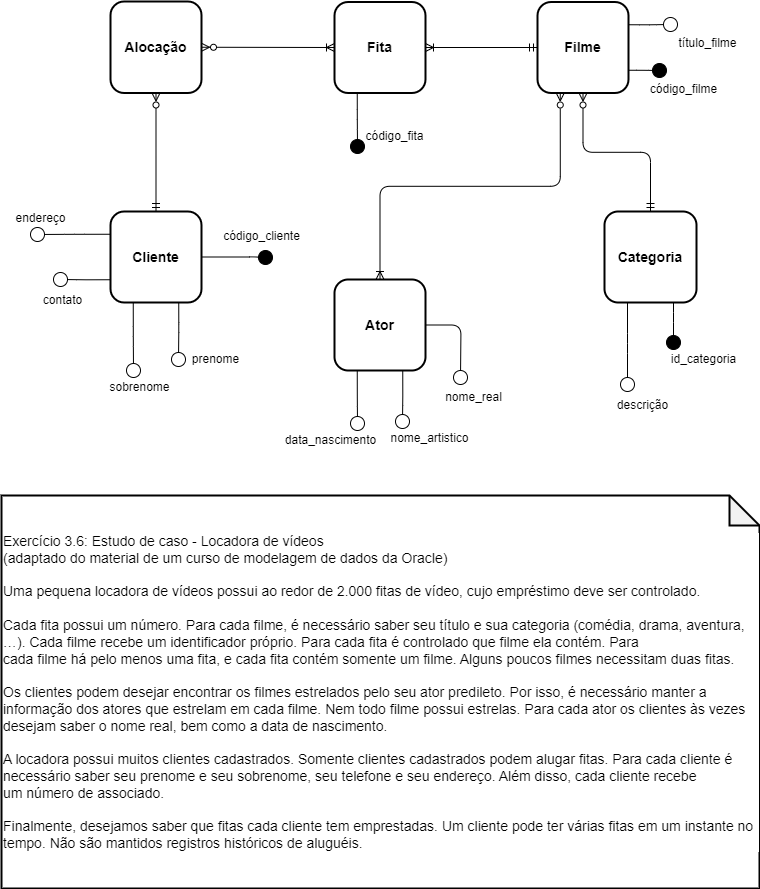
Above: Exercícios_db/Exercícios DER/exe_3.6.drawio.png in SabinoEduardo/Banco-de-dados (draw.io), before the change. Source tidied: cells renumbered, new cells last; positions are measured from the earlier drawing's top-left corner, leaving out a move shared by most shapes.
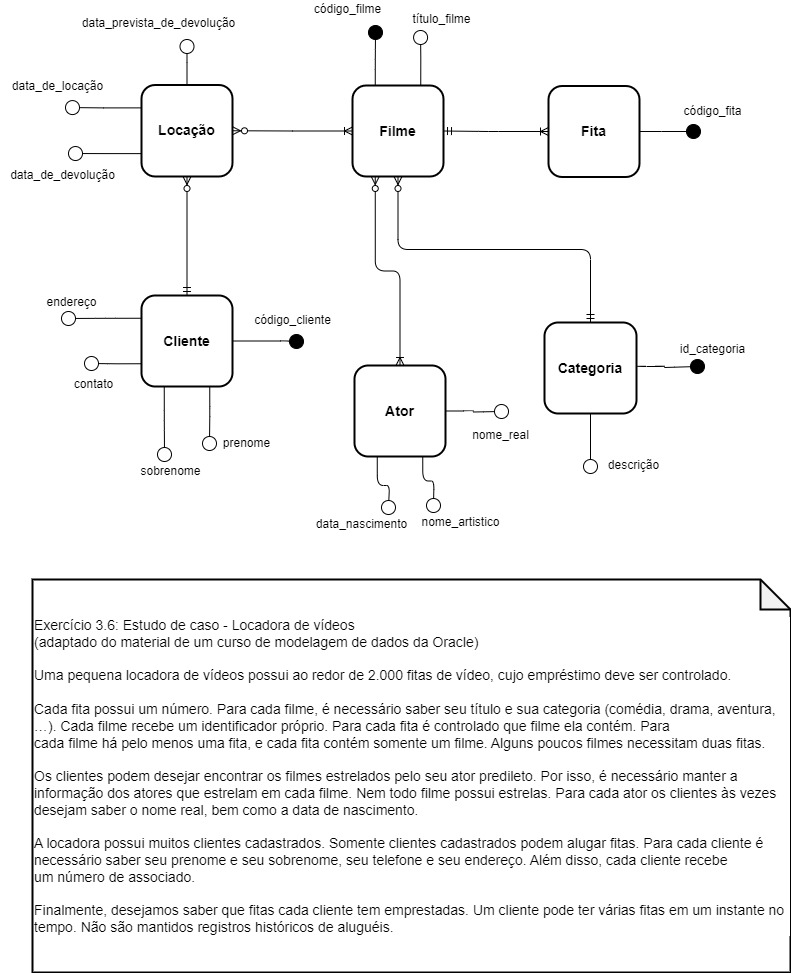
The same diagram one commit later.

What changed in the source:
```diff
@@ -5,11 +5,30 @@
     <mxCell id="2" style="edgeStyle=none;html=1;exitX=0.5;exitY=1;exitDx=0;exitDy=0;entryX=0.5;entryY=0;entryDx=0;entryDy=0;fontColor=#000000;endArrow=ERmandOne;endFill=0;startArrow=ERzeroToMany;startFill=0;strokeColor=#000000;" parent="1" edge="1" source="3" target="21">
       <mxGeometry relative="1" as="geometry" />
     </mxCell>
+    <mxCell id="40" style="edgeStyle=orthogonalEdgeStyle;rounded=0;jettySize=auto;html=1;endArrow=circle;endFill=0;" parent="1" edge="1" source="3">
+      <mxGeometry relative="1" as="geometry">
+        <mxPoint x="154.5" y="-47" as="targetPoint" />
+      </mxGeometry>
+    </mxCell>
+    <mxCell id="41" style="edgeStyle=orthogonalEdgeStyle;rounded=0;jettySize=auto;html=1;endArrow=circle;endFill=0;exitX=0;exitY=0.25;exitDx=0;exitDy=0;" parent="1" edge="1" source="3">
+      <mxGeometry relative="1" as="geometry">
+        <mxPoint x="32" y="22" as="targetPoint" />
+      </mxGeometry>
+    </mxCell>
+    <mxCell id="42" style="edgeStyle=orthogonalEdgeStyle;rounded=0;jettySize=auto;html=1;exitX=0;exitY=0.75;exitDx=0;exitDy=0;endArrow=circle;endFill=0;" parent="1" edge="1" source="3">
+      <mxGeometry relative="1" as="geometry">
+        <mxPoint x="35" y="68" as="targetPoint" />
+      </mxGeometry>
+    </mxCell>
-    <mxCell id="3" value="&lt;b&gt;&lt;font style=&quot;font-size: 14px&quot;&gt;Alocação&lt;/font&gt;&lt;/b&gt;" style="rounded=1;whiteSpace=wrap;html=1;fillColor=#FFFFFF;strokeColor=#000000;strokeWidth=2;fontColor=#000000;verticalAlign=middle;" parent="1" vertex="1">
-      <mxGeometry x="109" width="91" height="91.5" as="geometry" />
+    <mxCell id="3" value="&lt;b&gt;&lt;font style=&quot;font-size: 14px&quot;&gt;Locação&lt;/font&gt;&lt;/b&gt;" style="rounded=1;whiteSpace=wrap;html=1;fillColor=#FFFFFF;strokeColor=#000000;strokeWidth=2;fontColor=#000000;verticalAlign=middle;" parent="1" vertex="1">
+      <mxGeometry x="109" y="-0.5" width="91" height="91.5" as="geometry" />
     </mxCell>
-    <mxCell id="4" style="edgeStyle=none;html=1;exitX=0;exitY=0.5;exitDx=0;exitDy=0;entryX=1;entryY=0.5;entryDx=0;entryDy=0;fontColor=#000000;endArrow=ERoneToMany;endFill=0;startArrow=ERmandOne;startFill=0;strokeColor=#000000;" parent="1" edge="1" source="9" target="12">
-      <mxGeometry relative="1" as="geometry" />
+    <mxCell id="4" style="edgeStyle=none;html=1;entryX=0;entryY=0.5;entryDx=0;entryDy=0;fontColor=#000000;endArrow=ERoneToMany;endFill=0;startArrow=ERmandOne;startFill=0;strokeColor=#000000;exitX=1;exitY=0.5;exitDx=0;exitDy=0;" parent="1" edge="1" source="9" target="12">
+      <mxGeometry relative="1" as="geometry">
+        <Array as="points">
+          <mxPoint x="456" y="46" />
+        </Array>
+      </mxGeometry>
     </mxCell>
     <mxCell id="5" style="edgeStyle=orthogonalEdgeStyle;html=1;exitX=0.25;exitY=1;exitDx=0;exitDy=0;entryX=0.5;entryY=0;entryDx=0;entryDy=0;fontColor=#000000;strokeColor=#000000;endArrow=ERoneToMany;endFill=0;startArrow=ERzeroToMany;startFill=0;" parent="1" edge="1" source="9" target="25">
       <mxGeometry relative="1" as="geometry" />
@@ -17,42 +36,46 @@
     <mxCell id="6" style="edgeStyle=orthogonalEdgeStyle;html=1;exitX=0.5;exitY=1;exitDx=0;exitDy=0;entryX=0.5;entryY=0;entryDx=0;entryDy=0;fontColor=#000000;strokeColor=#000000;endArrow=ERmandOne;endFill=0;startArrow=ERzeroToMany;startFill=0;" parent="1" edge="1" source="9" target="15">
       <mxGeometry relative="1" as="geometry" />
     </mxCell>
-    <mxCell id="7" style="edgeStyle=orthogonalEdgeStyle;html=1;exitX=1;exitY=0.75;exitDx=0;exitDy=0;fontColor=#000000;startArrow=none;startFill=0;endArrow=oval;endFill=1;endSize=14;strokeColor=#000000;" parent="1" edge="1" source="9">
+    <mxCell id="7" style="edgeStyle=orthogonalEdgeStyle;html=1;fontColor=#000000;startArrow=none;startFill=0;endArrow=oval;endFill=1;endSize=14;strokeColor=#000000;exitX=0.25;exitY=0;exitDx=0;exitDy=0;" parent="1" edge="1" source="9">
       <mxGeometry relative="1" as="geometry">
-        <mxPoint x="658" y="69" as="targetPoint" />
+        <mxPoint x="343" y="-53" as="targetPoint" />
       </mxGeometry>
     </mxCell>
-    <mxCell id="8" style="edgeStyle=orthogonalEdgeStyle;html=1;exitX=1;exitY=0.25;exitDx=0;exitDy=0;fontColor=#000000;startArrow=none;startFill=0;endArrow=oval;endFill=0;endSize=14;strokeColor=#000000;" parent="1" edge="1" source="9">
-      <mxGeometry relative="1" as="geometry">
-        <mxPoint x="669" y="23" as="targetPoint" />
-      </mxGeometry>
-    </mxCell>
+    <mxCell id="43" style="edgeStyle=orthogonalEdgeStyle;rounded=0;jettySize=auto;html=1;exitX=0;exitY=0.5;exitDx=0;exitDy=0;entryX=1;entryY=0.5;entryDx=0;entryDy=0;endArrow=ERzeroToMany;endFill=0;startArrow=ERoneToMany;startFill=0;" parent="1" edge="1" source="9" target="3">
+      <mxGeometry relative="1" as="geometry" />
+    </mxCell>
+    <mxCell id="44" style="edgeStyle=orthogonalEdgeStyle;rounded=0;jettySize=auto;html=1;exitX=0.75;exitY=0;exitDx=0;exitDy=0;endArrow=circle;endFill=0;" parent="1" edge="1" source="9">
+      <mxGeometry relative="1" as="geometry">
+        <mxPoint x="388" y="-56" as="targetPoint" />
+      </mxGeometry>
+    </mxCell>
     <mxCell id="9" value="&lt;b&gt;&lt;font style=&quot;font-size: 14px&quot;&gt;Filme&lt;/font&gt;&lt;/b&gt;" style="rounded=1;whiteSpace=wrap;html=1;fillColor=#FFFFFF;strokeColor=#000000;strokeWidth=2;fontColor=#000000;" parent="1" vertex="1">
-      <mxGeometry x="536" y="0.5" width="91" height="91" as="geometry" />
+      <mxGeometry x="320" width="91" height="91" as="geometry" />
     </mxCell>
-    <mxCell id="10" style="edgeStyle=none;html=1;exitX=0;exitY=0.5;exitDx=0;exitDy=0;entryX=1;entryY=0.5;entryDx=0;entryDy=0;fontColor=#000000;endArrow=ERzeroToMany;endFill=0;startArrow=ERoneToMany;startFill=0;strokeColor=#000000;" parent="1" edge="1" source="12" target="3">
-      <mxGeometry relative="1" as="geometry" />
-    </mxCell>
-    <mxCell id="11" style="edgeStyle=orthogonalEdgeStyle;html=1;exitX=0.25;exitY=1;exitDx=0;exitDy=0;fontColor=#000000;startArrow=none;startFill=0;endArrow=oval;endFill=1;endSize=14;strokeColor=#000000;" parent="1" edge="1" source="12">
-      <mxGeometry relative="1" as="geometry">
-        <mxPoint x="356" y="145" as="targetPoint" />
-      </mxGeometry>
-    </mxCell>
+    <mxCell id="45" style="edgeStyle=orthogonalEdgeStyle;rounded=0;jettySize=auto;html=1;startArrow=none;startFill=0;endArrow=oval;endFill=1;endSize=14;" parent="1" edge="1" source="12">
+      <mxGeometry relative="1" as="geometry">
+        <mxPoint x="661" y="46" as="targetPoint" />
+      </mxGeometry>
+    </mxCell>
     <mxCell id="12" value="&lt;b&gt;&lt;font style=&quot;font-size: 14px&quot;&gt;Fita&lt;/font&gt;&lt;/b&gt;" style="rounded=1;whiteSpace=wrap;html=1;fillColor=#FFFFFF;strokeColor=#000000;strokeWidth=2;fontColor=#000000;verticalAlign=middle;" parent="1" vertex="1">
-      <mxGeometry x="333" y="0.5" width="91" height="91" as="geometry" />
+      <mxGeometry x="516" y="0.5" width="91" height="91" as="geometry" />
     </mxCell>
-    <mxCell id="13" style="edgeStyle=orthogonalEdgeStyle;html=1;exitX=0.25;exitY=1;exitDx=0;exitDy=0;fontColor=#000000;startArrow=none;startFill=0;endArrow=oval;endFill=0;endSize=14;strokeColor=#000000;" parent="1" edge="1" source="15">
-      <mxGeometry relative="1" as="geometry">
-        <mxPoint x="626" y="383" as="targetPoint" />
-      </mxGeometry>
-    </mxCell>
-    <mxCell id="14" style="edgeStyle=orthogonalEdgeStyle;html=1;exitX=0.75;exitY=1;exitDx=0;exitDy=0;fontColor=#000000;startArrow=none;startFill=0;endArrow=oval;endFill=1;endSize=14;strokeColor=#000000;" parent="1" edge="1" source="15">
+    <mxCell id="14" style="edgeStyle=orthogonalEdgeStyle;html=1;exitX=1;exitY=0.5;exitDx=0;exitDy=0;fontColor=#000000;startArrow=none;startFill=0;endArrow=oval;endFill=1;endSize=14;strokeColor=#000000;" parent="1" edge="1" source="15">
       <mxGeometry relative="1" as="geometry">
-        <mxPoint x="672" y="341" as="targetPoint" />
+        <mxPoint x="665" y="281" as="targetPoint" />
+        <Array as="points">
+          <mxPoint x="632" y="281" />
+          <mxPoint x="632" y="282" />
+        </Array>
       </mxGeometry>
     </mxCell>
+    <mxCell id="46" style="edgeStyle=orthogonalEdgeStyle;rounded=0;jettySize=auto;html=1;exitX=0.5;exitY=1;exitDx=0;exitDy=0;endSize=14;endArrow=oval;endFill=0;" parent="1" edge="1" source="15">
+      <mxGeometry relative="1" as="geometry">
+        <mxPoint x="558" y="381" as="targetPoint" />
+      </mxGeometry>
+    </mxCell>
     <mxCell id="15" value="&lt;font style=&quot;font-size: 14px&quot;&gt;Categoria&lt;/font&gt;" style="rounded=1;whiteSpace=wrap;html=1;fillColor=#FFFFFF;strokeColor=#000000;strokeWidth=2;fontColor=#000000;fontStyle=1;" parent="1" vertex="1">
-      <mxGeometry x="603" y="210" width="92" height="91" as="geometry" />
+      <mxGeometry x="512" y="237" width="92" height="91" as="geometry" />
     </mxCell>
     <mxCell id="16" style="edgeStyle=orthogonalEdgeStyle;html=1;exitX=0.75;exitY=1;exitDx=0;exitDy=0;fontColor=#000000;startArrow=none;startFill=0;endArrow=oval;endFill=0;endSize=14;strokeColor=#000000;" parent="1" edge="1" source="21">
       <mxGeometry relative="1" as="geometry">
@@ -89,6 +112,10 @@
     <mxCell id="22" style="edgeStyle=orthogonalEdgeStyle;html=1;exitX=0.25;exitY=1;exitDx=0;exitDy=0;fontColor=#000000;startArrow=none;startFill=0;endArrow=oval;endFill=0;endSize=14;strokeColor=#000000;" parent="1" edge="1" source="25">
       <mxGeometry relative="1" as="geometry">
         <mxPoint x="356" y="422" as="targetPoint" />
+        <Array as="points">
+          <mxPoint x="345" y="400" />
+          <mxPoint x="357" y="400" />
+        </Array>
       </mxGeometry>
     </mxCell>
     <mxCell id="23" style="edgeStyle=orthogonalEdgeStyle;html=1;exitX=0.75;exitY=1;exitDx=0;exitDy=0;fontColor=#000000;startArrow=none;startFill=0;endArrow=oval;endFill=0;endSize=14;strokeColor=#000000;" parent="1" edge="1" source="25">
@@ -98,20 +125,20 @@
     </mxCell>
     <mxCell id="24" style="edgeStyle=orthogonalEdgeStyle;html=1;exitX=1;exitY=0.5;exitDx=0;exitDy=0;fontColor=#000000;startArrow=none;startFill=0;endArrow=oval;endFill=0;endSize=14;strokeColor=#000000;" parent="1" edge="1" source="25">
       <mxGeometry relative="1" as="geometry">
-        <mxPoint x="459" y="376" as="targetPoint" />
+        <mxPoint x="469" y="326" as="targetPoint" />
       </mxGeometry>
     </mxCell>
     <mxCell id="25" value="&lt;font style=&quot;font-size: 14px&quot;&gt;Ator&lt;/font&gt;" style="rounded=1;whiteSpace=wrap;html=1;fillColor=#FFFFFF;strokeColor=#000000;strokeWidth=2;fontColor=#000000;fontStyle=1;" parent="1" vertex="1">
-      <mxGeometry x="333" y="278" width="91" height="91" as="geometry" />
+      <mxGeometry x="322" y="280" width="91" height="91" as="geometry" />
     </mxCell>
     <mxCell id="26" value="id_categoria" style="text;html=1;align=center;verticalAlign=middle;strokeColor=none;fillColor=none;fontColor=#000000;" parent="1" vertex="1">
-      <mxGeometry x="664" y="349" width="75" height="18" as="geometry" />
+      <mxGeometry x="642.5" y="255" width="75" height="18" as="geometry" />
     </mxCell>
     <mxCell id="27" value="descrição" style="text;html=1;align=center;verticalAlign=middle;strokeColor=none;fillColor=none;fontColor=#000000;" parent="1" vertex="1">
-      <mxGeometry x="610" y="395" width="61" height="18" as="geometry" />
+      <mxGeometry x="570" y="371" width="61" height="18" as="geometry" />
     </mxCell>
     <mxCell id="28" value="nome_real" style="text;html=1;align=center;verticalAlign=middle;strokeColor=none;fillColor=none;fontColor=#000000;" parent="1" vertex="1">
-      <mxGeometry x="438" y="387" width="67" height="18" as="geometry" />
+      <mxGeometry x="434" y="341" width="67" height="18" as="geometry" />
     </mxCell>
     <mxCell id="29" value="nome_artistico" style="text;html=1;align=center;verticalAlign=middle;strokeColor=none;fillColor=none;fontColor=#000000;" parent="1" vertex="1">
       <mxGeometry x="384" y="428" width="88" height="18" as="geometry" />
@@ -135,16 +162,25 @@
       <mxGeometry x="9" y="208" width="60" height="18" as="geometry" />
     </mxCell>
     <mxCell id="36" value="código_fita" style="text;html=1;align=center;verticalAlign=middle;strokeColor=none;fillColor=none;fontColor=#000000;" parent="1" vertex="1">
-      <mxGeometry x="359" y="126" width="68" height="18" as="geometry" />
+      <mxGeometry x="646" y="17" width="68" height="18" as="geometry" />
     </mxCell>
     <mxCell id="37" value="código_filme" style="text;html=1;align=center;verticalAlign=middle;strokeColor=none;fillColor=none;fontColor=#000000;" parent="1" vertex="1">
-      <mxGeometry x="643" y="79" width="77" height="18" as="geometry" />
+      <mxGeometry x="276" y="-85" width="77" height="18" as="geometry" />
     </mxCell>
     <mxCell id="38" value="título_filme" style="text;html=1;align=center;verticalAlign=middle;strokeColor=none;fillColor=none;fontColor=#000000;" parent="1" vertex="1">
-      <mxGeometry x="672" y="33" width="68" height="18" as="geometry" />
+      <mxGeometry x="375" y="-75" width="68" height="18" as="geometry" />
     </mxCell>
     <mxCell id="39" value="&lt;div style=&quot;font-size: 14px&quot;&gt;&lt;font style=&quot;font-size: 14px&quot;&gt;Exercício 3.6: Estudo de caso - Locadora de vídeos&lt;/font&gt;&lt;/div&gt;&lt;div style=&quot;font-size: 14px&quot;&gt;&lt;font style=&quot;font-size: 14px&quot;&gt;(adaptado do material de um curso de modelagem de dados da Oracle)&lt;/font&gt;&lt;/div&gt;&lt;div style=&quot;font-size: 14px&quot;&gt;&lt;font style=&quot;font-size: 14px&quot;&gt;&lt;br&gt;&lt;/font&gt;&lt;/div&gt;&lt;div style=&quot;font-size: 14px&quot;&gt;&lt;font style=&quot;font-size: 14px&quot;&gt;Uma pequena locadora de vídeos possui ao redor de 2.000 fitas de vídeo, cujo empréstimo deve ser controlado.&lt;/font&gt;&lt;/div&gt;&lt;div style=&quot;font-size: 14px&quot;&gt;&lt;font style=&quot;font-size: 14px&quot;&gt;&lt;br&gt;&lt;/font&gt;&lt;/div&gt;&lt;div style=&quot;font-size: 14px&quot;&gt;&lt;font style=&quot;font-size: 14px&quot;&gt;Cada fita possui um número. Para cada filme, é necessário saber seu título e sua categoria (comédia, drama, aventura, …). Cada filme recebe um identificador próprio. Para cada fita é controlado que filme ela contém. Para&lt;/font&gt;&lt;/div&gt;&lt;div style=&quot;font-size: 14px&quot;&gt;&lt;font style=&quot;font-size: 14px&quot;&gt;cada filme há pelo menos uma fita, e cada fita contém somente um filme. Alguns poucos filmes necessitam duas fitas.&lt;/font&gt;&lt;/div&gt;&lt;div style=&quot;font-size: 14px&quot;&gt;&lt;font style=&quot;font-size: 14px&quot;&gt;&lt;br&gt;&lt;/font&gt;&lt;/div&gt;&lt;div style=&quot;font-size: 14px&quot;&gt;&lt;font style=&quot;font-size: 14px&quot;&gt;Os clientes podem desejar encontrar os filmes estrelados pelo seu ator predileto. Por isso, é necessário manter a informação dos atores que estrelam em cada filme. Nem todo filme possui estrelas. Para cada ator os clientes às vezes desejam saber o nome real, bem como a data de nascimento.&lt;/font&gt;&lt;/div&gt;&lt;div style=&quot;font-size: 14px&quot;&gt;&lt;font style=&quot;font-size: 14px&quot;&gt;&lt;br&gt;&lt;/font&gt;&lt;/div&gt;&lt;div style=&quot;font-size: 14px&quot;&gt;&lt;font style=&quot;font-size: 14px&quot;&gt;A locadora possui muitos clientes cadastrados. Somente clientes cadastrados podem alugar fitas. Para cada cliente é necessário saber seu prenome e seu sobrenome, seu telefone e seu endereço. Além disso, cada cliente recebe&lt;/font&gt;&lt;/div&gt;&lt;div style=&quot;font-size: 14px&quot;&gt;&lt;font style=&quot;font-size: 14px&quot;&gt;um número de associado.&lt;/font&gt;&lt;/div&gt;&lt;div style=&quot;font-size: 14px&quot;&gt;&lt;font style=&quot;font-size: 14px&quot;&gt;&lt;br&gt;&lt;/font&gt;&lt;/div&gt;&lt;div style=&quot;font-size: 14px&quot;&gt;&lt;font style=&quot;font-size: 14px&quot;&gt;Finalmente, desejamos saber que fitas cada cliente tem emprestadas. Um cliente pode ter várias fitas em um instante no tempo. Não são mantidos registros históricos de aluguéis.&lt;/font&gt;&lt;/div&gt;" style="shape=note;whiteSpace=wrap;html=1;backgroundOutline=1;darkOpacity=0.05;labelBackgroundColor=#FFFFFF;fontColor=#000000;strokeColor=#000000;strokeWidth=2;fillColor=#FFFFFF;align=left;" parent="1" vertex="1">
       <mxGeometry y="494" width="758" height="393" as="geometry" />
     </mxCell>
+    <mxCell id="47" value="data_de_locação" style="text;html=1;align=center;verticalAlign=middle;strokeColor=none;fillColor=none;fontColor=#000000;" parent="1" vertex="1">
+      <mxGeometry x="-30" y="-12" width="109" height="26" as="geometry" />
+    </mxCell>
+    <mxCell id="48" value="data_prevista_de_devolução" style="text;html=1;align=center;verticalAlign=middle;strokeColor=none;fillColor=none;fontColor=#000000;" parent="1" vertex="1">
+      <mxGeometry x="40" y="-75" width="171" height="26" as="geometry" />
+    </mxCell>
+    <mxCell id="49" value="data_de_devolução" style="text;html=1;align=center;verticalAlign=middle;strokeColor=none;fillColor=none;fontColor=#000000;" parent="1" vertex="1">
+      <mxGeometry x="-32" y="77" width="123" height="26" as="geometry" />
+    </mxCell>
   </root>
 </mxGraphModel>
```
